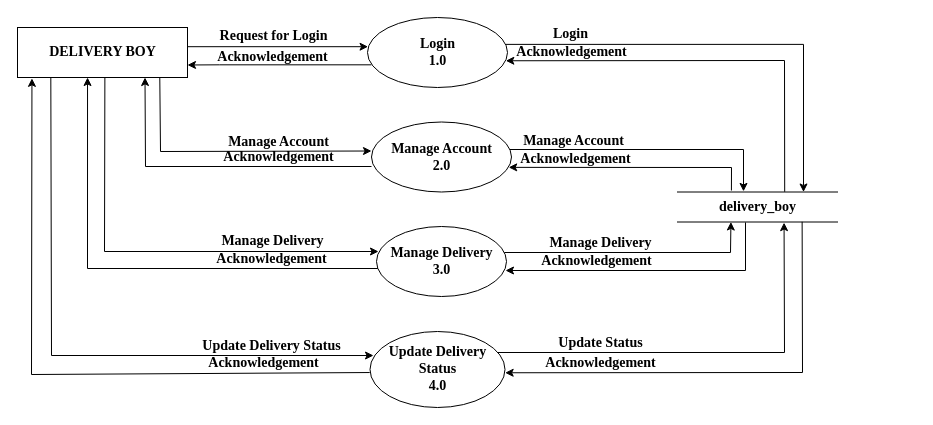
Rajdeep31/Diagrams keeps this draw.io diagram as New/L1_delivery.drawio. Above is the earlier version. Source tidied: cells renumbered, new cells numbered last; positions are measured from the earlier drawing's top-left corner, leaving out a move shared by most shapes. Both pictures are drawn from the tidied source at 100%, with x=0, y=0 at pixel (17, 17).
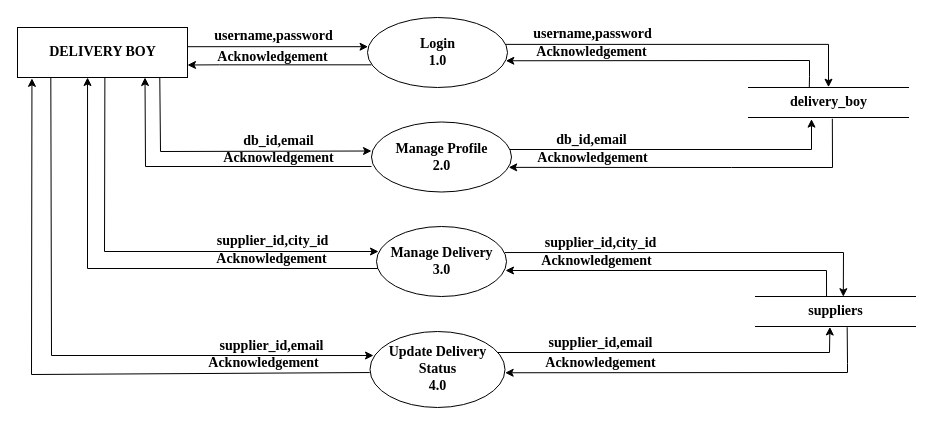
The same page after the edit.

Unchanged cells that the change refers to:
```xml
<mxCell id="8" value="Login&lt;br&gt;1.0" style="shape=ellipse;html=1;dashed=0;whitespace=wrap;perimeter=ellipsePerimeter;labelBackgroundColor=#FFFFFF;fontSize=14;fontColor=#000000;strokeColor=#000000;fillColor=#FFFFFF;fontStyle=1;fontFamily=Times New Roman;" parent="1" vertex="1">
  <mxGeometry x="350" width="140" height="70" as="geometry" />
</mxCell>
<mxCell id="14" value="Manage Delivery&lt;br style=&quot;font-size: 14px&quot;&gt;3.0" style="shape=ellipse;html=1;dashed=0;whitespace=wrap;perimeter=ellipsePerimeter;labelBackgroundColor=#FFFFFF;fontSize=14;fontColor=#000000;strokeColor=#000000;fillColor=#FFFFFF;fontStyle=1;fontFamily=Times New Roman;" parent="1" vertex="1">
  <mxGeometry x="359" y="209" width="130" height="70" as="geometry" />
</mxCell>
<mxCell id="33" value="Update Delivery &lt;br&gt;Status&lt;br&gt;4.0" style="shape=ellipse;html=1;dashed=0;whitespace=wrap;perimeter=ellipsePerimeter;labelBackgroundColor=#FFFFFF;fontSize=14;fontColor=#000000;strokeColor=#000000;fillColor=#FFFFFF;fontStyle=1;fontFamily=Times New Roman;" parent="1" vertex="1">
  <mxGeometry x="352.5" y="314" width="135" height="76" as="geometry" />
</mxCell>
```

Change to the diagram source:
```diff
@@
-    <mxCell id="9" style="edgeStyle=none;rounded=0;html=1;fontSize=14;fontColor=#000000;strokeColor=#000000;entryX=0.988;entryY=0.618;entryDx=0;entryDy=0;entryPerimeter=0;fontFamily=Times New Roman;exitX=0.67;exitY=-0.007;exitDx=0;exitDy=0;exitPerimeter=0;" parent="1" edge="1" source="21" target="8">
+    <mxCell id="9" style="edgeStyle=none;rounded=0;html=1;fontSize=14;fontColor=#000000;strokeColor=#000000;entryX=0.988;entryY=0.618;entryDx=0;entryDy=0;entryPerimeter=0;fontFamily=Times New Roman;exitX=0.38;exitY=-0.009;exitDx=0;exitDy=0;exitPerimeter=0;" parent="1" edge="1" source="21" target="8">
       <mxGeometry relative="1" as="geometry">
         <Array as="points">
-          <mxPoint x="767" y="43" />
+          <mxPoint x="792" y="59" />
+          <mxPoint x="792" y="43" />
         </Array>
       </mxGeometry>
     </mxCell>
@@
     <mxCell id="11" value="&lt;b style=&quot;font-size: 14px;&quot;&gt;Acknowledgement&lt;/b&gt;" style="text;html=1;align=center;verticalAlign=middle;strokeColor=none;fillColor=none;fontSize=14;fontColor=#000000;fontFamily=Times New Roman;" parent="1" vertex="1">
-      <mxGeometry x="494" y="24.5" width="120" height="21" as="geometry" />
+      <mxGeometry x="514" y="24.5" width="120" height="21" as="geometry" />
     </mxCell>
@@
-    <mxCell id="13" style="edgeStyle=none;rounded=0;html=1;exitX=1;exitY=0.5;exitDx=0;exitDy=0;entryX=0.334;entryY=1;entryDx=0;entryDy=0;entryPerimeter=0;strokeColor=#000000;strokeWidth=1;" parent="1" edge="1" target="21">
+    <mxCell id="13" style="edgeStyle=none;rounded=0;html=1;exitX=0.986;exitY=0.372;exitDx=0;exitDy=0;strokeColor=#000000;strokeWidth=1;entryX=0.574;entryY=0.007;entryDx=0;entryDy=0;entryPerimeter=0;exitPerimeter=0;" parent="1" edge="1" source="14">
       <mxGeometry relative="1" as="geometry">
-        <mxPoint x="485" y="235" as="sourcePoint" />
+        <mxPoint x="825.8" y="279.2" as="targetPoint" />
         <Array as="points">
-          <mxPoint x="713" y="235" />
+          <mxPoint x="826" y="235" />
         </Array>
       </mxGeometry>
     </mxCell>
@@
     <mxCell id="15" value="&lt;b style=&quot;font-size: 14px;&quot;&gt;Acknowledgement&lt;/b&gt;" style="text;html=1;align=center;verticalAlign=middle;strokeColor=none;fillColor=none;fontSize=14;fontColor=#000000;fontFamily=Times New Roman;" parent="1" vertex="1">
-      <mxGeometry x="200.5" y="129" width="120" height="21" as="geometry" />
+      <mxGeometry x="200.5" y="130" width="120" height="21" as="geometry" />
     </mxCell>
-    <mxCell id="16" style="edgeStyle=elbowEdgeStyle;rounded=0;html=1;fontSize=14;fontColor=#000000;strokeColor=#000000;fontFamily=Times New Roman;entryX=0.416;entryY=-0.02;entryDx=0;entryDy=0;entryPerimeter=0;" parent="1" edge="1" target="21">
+    <mxCell id="16" style="edgeStyle=elbowEdgeStyle;rounded=0;html=1;fontSize=14;fontColor=#000000;strokeColor=#000000;fontFamily=Times New Roman;entryX=0.393;entryY=1.054;entryDx=0;entryDy=0;entryPerimeter=0;" parent="1" edge="1" target="21">
       <mxGeometry relative="1" as="geometry">
         <mxPoint x="485" y="132" as="sourcePoint" />
         <Array as="points">
-          <mxPoint x="726" y="149" />
+          <mxPoint x="794" y="122" />
         </Array>
       </mxGeometry>
     </mxCell>
-    <mxCell id="17" style="edgeStyle=none;rounded=0;html=1;fontSize=14;fontColor=#000000;strokeColor=#000000;fontFamily=Times New Roman;exitX=0.337;exitY=-0.05;exitDx=0;exitDy=0;exitPerimeter=0;entryX=0.98;entryY=0.648;entryDx=0;entryDy=0;entryPerimeter=0;" parent="1" edge="1" source="21" target="28">
+    <mxCell id="17" style="edgeStyle=none;rounded=0;html=1;fontSize=14;fontColor=#000000;strokeColor=#000000;fontFamily=Times New Roman;entryX=0.98;entryY=0.648;entryDx=0;entryDy=0;entryPerimeter=0;exitX=0.524;exitY=1.042;exitDx=0;exitDy=0;exitPerimeter=0;" parent="1" edge="1" source="21" target="28">
       <mxGeometry relative="1" as="geometry">
         <Array as="points">
+          <mxPoint x="815" y="150" />
           <mxPoint x="714" y="150" />
         </Array>
       </mxGeometry>
     </mxCell>
     <mxCell id="18" value="&lt;b style=&quot;font-size: 14px;&quot;&gt;Acknowledgement&lt;/b&gt;" style="text;html=1;align=center;verticalAlign=middle;strokeColor=none;fillColor=none;fontSize=14;fontColor=#000000;fontFamily=Times New Roman;" parent="1" vertex="1">
-      <mxGeometry x="498" y="131" width="120" height="21" as="geometry" />
+      <mxGeometry x="514.5" y="130" width="120" height="21" as="geometry" />
     </mxCell>
-    <mxCell id="19" style="edgeStyle=none;rounded=0;html=1;exitX=0.425;exitY=1.015;exitDx=0;exitDy=0;strokeColor=#000000;strokeWidth=1;exitPerimeter=0;" parent="1" edge="1" source="21">
+    <mxCell id="19" style="edgeStyle=none;rounded=0;html=1;strokeColor=#000000;strokeWidth=1;exitX=0.444;exitY=0;exitDx=0;exitDy=0;exitPerimeter=0;" parent="1" edge="1" source="40">
       <mxGeometry relative="1" as="geometry">
         <mxPoint x="488" y="253" as="targetPoint" />
         <Array as="points">
-          <mxPoint x="728" y="253" />
+          <mxPoint x="809" y="253" />
         </Array>
       </mxGeometry>
     </mxCell>
-    <mxCell id="20" style="edgeStyle=none;rounded=0;html=1;exitX=0.779;exitY=0.993;exitDx=0;exitDy=0;entryX=1.001;entryY=0.543;entryDx=0;entryDy=0;strokeColor=#000000;strokeWidth=1;entryPerimeter=0;exitPerimeter=0;" parent="1" edge="1" source="21" target="33">
+    <mxCell id="20" style="edgeStyle=none;rounded=0;html=1;entryX=1.001;entryY=0.543;entryDx=0;entryDy=0;strokeColor=#000000;strokeWidth=1;entryPerimeter=0;exitX=0.573;exitY=1.024;exitDx=0;exitDy=0;exitPerimeter=0;" parent="1" edge="1" source="40" target="33">
       <mxGeometry relative="1" as="geometry">
         <Array as="points">
-          <mxPoint x="785" y="355" />
+          <mxPoint x="830" y="346" />
+          <mxPoint x="830" y="355" />
         </Array>
       </mxGeometry>
     </mxCell>
     <mxCell id="21" value="&lt;b style=&quot;font-size: 14px&quot;&gt;delivery_boy&lt;/b&gt;" style="html=1;dashed=0;whitespace=wrap;shape=partialRectangle;right=0;left=0;fontSize=14;fontColor=#000000;strokeColor=#000000;fillColor=none;fontFamily=Times New Roman;" parent="1" vertex="1">
-      <mxGeometry x="660" y="174.5" width="160" height="30" as="geometry" />
+      <mxGeometry x="731" y="70" width="160" height="30" as="geometry" />
     </mxCell>
-    <mxCell id="22" style="edgeStyle=elbowEdgeStyle;rounded=0;html=1;entryX=0.75;entryY=0;entryDx=0;entryDy=0;fontSize=14;fontColor=#000000;strokeColor=#000000;fontFamily=Times New Roman;exitX=0.988;exitY=0.384;exitDx=0;exitDy=0;exitPerimeter=0;" parent="1" edge="1" source="8">
+    <mxCell id="22" style="edgeStyle=elbowEdgeStyle;rounded=0;html=1;fontSize=14;fontColor=#000000;strokeColor=#000000;fontFamily=Times New Roman;exitX=0.988;exitY=0.384;exitDx=0;exitDy=0;exitPerimeter=0;entryX=0.5;entryY=-0.01;entryDx=0;entryDy=0;entryPerimeter=0;" parent="1" edge="1" source="8" target="21">
       <mxGeometry relative="1" as="geometry">
-        <mxPoint x="786" y="174.5" as="targetPoint" />
         <Array as="points">
-          <mxPoint x="786" y="103" />
+          <mxPoint x="811" y="77" />
         </Array>
       </mxGeometry>
     </mxCell>
-    <mxCell id="23" value="&lt;b style=&quot;font-size: 14px&quot;&gt;Request for Login&lt;/b&gt;" style="text;html=1;align=center;verticalAlign=middle;strokeColor=none;fillColor=none;fontSize=14;fontColor=#000000;fontFamily=Times New Roman;" parent="1" vertex="1">
-      <mxGeometry x="196.5" y="8" width="118" height="21" as="geometry" />
+    <mxCell id="23" value="&lt;b style=&quot;font-size: 14px&quot;&gt;username,password&lt;/b&gt;" style="text;html=1;align=center;verticalAlign=middle;strokeColor=none;fillColor=none;fontSize=14;fontColor=#000000;fontFamily=Times New Roman;" parent="1" vertex="1">
+      <mxGeometry x="191.5" y="8" width="129" height="21" as="geometry" />
     </mxCell>
-    <mxCell id="24" value="&lt;b style=&quot;font-size: 14px&quot;&gt;Login&lt;/b&gt;" style="text;html=1;align=center;verticalAlign=middle;strokeColor=none;fillColor=none;fontSize=14;fontColor=#000000;fontFamily=Times New Roman;" parent="1" vertex="1">
-      <mxGeometry x="530" y="6" width="45" height="21" as="geometry" />
+    <mxCell id="24" value="&lt;b&gt;username,password&lt;/b&gt;" style="text;html=1;align=center;verticalAlign=middle;strokeColor=none;fillColor=none;fontSize=14;fontColor=#000000;fontFamily=Times New Roman;" parent="1" vertex="1">
+      <mxGeometry x="510" y="6" width="129" height="21" as="geometry" />
     </mxCell>
-    <mxCell id="25" value="&lt;b style=&quot;font-size: 14px&quot;&gt;Manage Account&lt;/b&gt;" style="text;html=1;align=center;verticalAlign=middle;strokeColor=none;fillColor=none;fontSize=14;fontColor=#000000;fontFamily=Times New Roman;" parent="1" vertex="1">
-      <mxGeometry x="205.5" y="114" width="111" height="21" as="geometry" />
+    <mxCell id="25" value="&lt;b style=&quot;font-size: 14px&quot;&gt;db_id,email&lt;/b&gt;" style="text;html=1;align=center;verticalAlign=middle;strokeColor=none;fillColor=none;fontSize=14;fontColor=#000000;fontFamily=Times New Roman;" parent="1" vertex="1">
+      <mxGeometry x="220.5" y="113" width="80" height="21" as="geometry" />
     </mxCell>
-    <mxCell id="26" value="&lt;b style=&quot;font-size: 14px&quot;&gt;Manage Account&lt;/b&gt;" style="text;html=1;align=center;verticalAlign=middle;strokeColor=none;fillColor=none;fontSize=14;fontColor=#000000;fontFamily=Times New Roman;" parent="1" vertex="1">
-      <mxGeometry x="500.5" y="113" width="111" height="21" as="geometry" />
+    <mxCell id="26" value="&lt;b&gt;db_id,email&lt;/b&gt;" style="text;html=1;align=center;verticalAlign=middle;strokeColor=none;fillColor=none;fontSize=14;fontColor=#000000;fontFamily=Times New Roman;" parent="1" vertex="1">
+      <mxGeometry x="534" y="112" width="80" height="21" as="geometry" />
     </mxCell>
@@
-    <mxCell id="28" value="Manage Account&lt;br style=&quot;font-size: 14px&quot;&gt;2.0" style="shape=ellipse;html=1;dashed=0;whitespace=wrap;perimeter=ellipsePerimeter;labelBackgroundColor=#FFFFFF;fontSize=14;fontColor=#000000;strokeColor=#000000;fillColor=#FFFFFF;fontStyle=1;fontFamily=Times New Roman;" parent="1" vertex="1">
+    <mxCell id="28" value="Manage Profile&lt;br style=&quot;font-size: 14px&quot;&gt;2.0" style="shape=ellipse;html=1;dashed=0;whitespace=wrap;perimeter=ellipsePerimeter;labelBackgroundColor=#FFFFFF;fontSize=14;fontColor=#000000;strokeColor=#000000;fillColor=#FFFFFF;fontStyle=1;fontFamily=Times New Roman;" parent="1" vertex="1">
       <mxGeometry x="354" y="104.5" width="140" height="70" as="geometry" />
     </mxCell>
-    <mxCell id="29" value="&lt;b style=&quot;font-size: 14px&quot;&gt;Manage Delivery&lt;/b&gt;" style="text;html=1;align=center;verticalAlign=middle;strokeColor=none;fillColor=none;fontSize=14;fontColor=#000000;fontFamily=Times New Roman;" parent="1" vertex="1">
-      <mxGeometry x="199" y="213" width="112" height="21" as="geometry" />
+    <mxCell id="29" value="&lt;b style=&quot;font-size: 14px&quot;&gt;supplier_id,city_id&lt;/b&gt;" style="text;html=1;align=center;verticalAlign=middle;strokeColor=none;fillColor=none;fontSize=14;fontColor=#000000;fontFamily=Times New Roman;" parent="1" vertex="1">
+      <mxGeometry x="194" y="213" width="122" height="21" as="geometry" />
     </mxCell>
@@
-    <mxCell id="32" style="edgeStyle=none;rounded=0;html=1;exitX=1;exitY=0.5;exitDx=0;exitDy=0;strokeColor=#000000;strokeWidth=1;entryX=0.666;entryY=1.02;entryDx=0;entryDy=0;entryPerimeter=0;" parent="1" edge="1" target="21">
+    <mxCell id="32" style="edgeStyle=none;rounded=0;html=1;exitX=1;exitY=0.5;exitDx=0;exitDy=0;strokeColor=#000000;strokeWidth=1;entryX=0.465;entryY=1.016;entryDx=0;entryDy=0;entryPerimeter=0;" parent="1" edge="1" target="40">
       <mxGeometry relative="1" as="geometry">
         <mxPoint x="474.5" y="335" as="sourcePoint" />
         <Array as="points">
-          <mxPoint x="767" y="335" />
+          <mxPoint x="812" y="335" />
         </Array>
       </mxGeometry>
     </mxCell>
@@
-    <mxCell id="34" value="&lt;b style=&quot;font-size: 14px&quot;&gt;Update Delivery Status&lt;/b&gt;" style="text;html=1;align=center;verticalAlign=middle;strokeColor=none;fillColor=none;fontSize=14;fontColor=#000000;fontFamily=Times New Roman;" parent="1" vertex="1">
-      <mxGeometry x="179.5" y="318" width="148" height="21" as="geometry" />
+    <mxCell id="34" value="&lt;b style=&quot;font-size: 14px&quot;&gt;supplier_id,email&lt;/b&gt;" style="text;html=1;align=center;verticalAlign=middle;strokeColor=none;fillColor=none;fontSize=14;fontColor=#000000;fontFamily=Times New Roman;" parent="1" vertex="1">
+      <mxGeometry x="196.5" y="318" width="114" height="21" as="geometry" />
     </mxCell>
@@
-    <mxCell id="36" value="&lt;b style=&quot;font-size: 14px&quot;&gt;Manage Delivery&lt;/b&gt;" style="text;html=1;align=center;verticalAlign=middle;strokeColor=none;fillColor=none;fontSize=14;fontColor=#000000;fontFamily=Times New Roman;" parent="1" vertex="1">
-      <mxGeometry x="527" y="215" width="112" height="21" as="geometry" />
+    <mxCell id="36" value="&lt;b&gt;supplier_id,city_id&lt;/b&gt;" style="text;html=1;align=center;verticalAlign=middle;strokeColor=none;fillColor=none;fontSize=14;fontColor=#000000;fontFamily=Times New Roman;" parent="1" vertex="1">
+      <mxGeometry x="522" y="215" width="122" height="21" as="geometry" />
     </mxCell>
@@
-    <mxCell id="38" value="&lt;b style=&quot;font-size: 14px&quot;&gt;Update Status&lt;/b&gt;" style="text;html=1;align=center;verticalAlign=middle;strokeColor=none;fillColor=none;fontSize=14;fontColor=#000000;fontFamily=Times New Roman;" parent="1" vertex="1">
-      <mxGeometry x="536" y="315" width="94" height="21" as="geometry" />
+    <mxCell id="38" value="&lt;b&gt;supplier_id,email&lt;/b&gt;" style="text;html=1;align=center;verticalAlign=middle;strokeColor=none;fillColor=none;fontSize=14;fontColor=#000000;fontFamily=Times New Roman;" parent="1" vertex="1">
+      <mxGeometry x="526" y="315" width="114" height="21" as="geometry" />
     </mxCell>
@@
+    <mxCell id="40" value="&lt;b style=&quot;font-size: 14px&quot;&gt;suppliers&lt;/b&gt;" style="html=1;dashed=0;whitespace=wrap;shape=partialRectangle;right=0;left=0;fontSize=14;fontColor=#000000;strokeColor=#000000;fillColor=none;fontFamily=Times New Roman;" parent="1" vertex="1">
+      <mxGeometry x="738" y="279" width="160" height="30" as="geometry" />
+    </mxCell>
```
